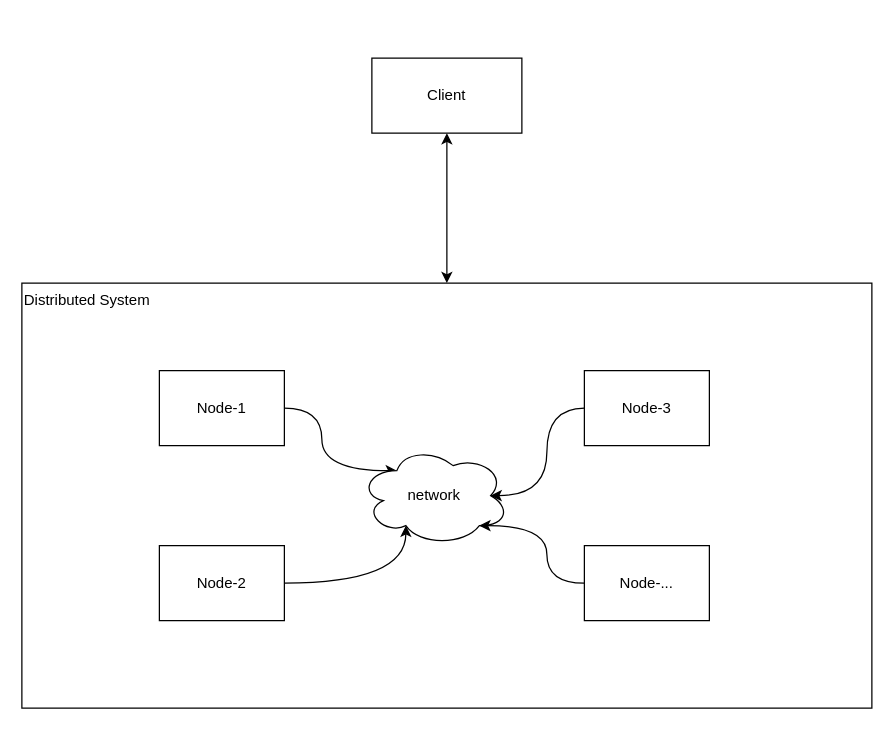
Before: 分布式系统.drawio in catface996/images, a draw.io diagram. Source tidied: cells renumbered, new cells numbered last; positions are measured from the earlier drawing's top-left corner, leaving out a move shared by most shapes. Both pictures are drawn from the tidied source at 125%, with x=0, y=0 at pixel (21, 58).
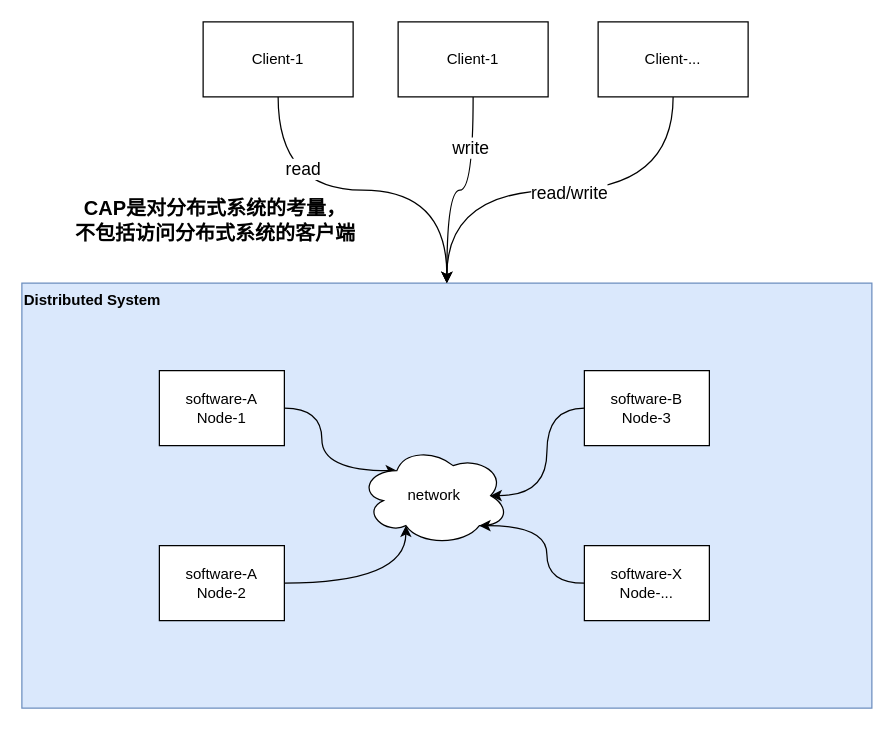
After the change.

Commit message (it also covers changes not shown here):
更新分布式系统.drawio

Change to the diagram source:
```diff
@@
-    <mxCell id="2" value="Distributed System" style="rounded=0;whiteSpace=wrap;html=1;align=left;verticalAlign=top;" parent="1" vertex="1">
+    <mxCell id="2" value="Distributed System" style="rounded=0;whiteSpace=wrap;html=1;align=left;verticalAlign=top;fillColor=#dae8fc;strokeColor=#6c8ebf;fontStyle=1;" parent="1" vertex="1">
       <mxGeometry y="180" width="680" height="340" as="geometry" />
     </mxCell>
-    <mxCell id="3" style="edgeStyle=orthogonalEdgeStyle;curved=1;rounded=0;jettySize=auto;html=1;entryX=0.5;entryY=0;entryDx=0;entryDy=0;startArrow=classic;startFill=1;" parent="1" edge="1" source="4" target="2">
+    <mxCell id="3" style="edgeStyle=orthogonalEdgeStyle;curved=1;rounded=0;jettySize=auto;html=1;entryX=0.5;entryY=0;entryDx=0;entryDy=0;startArrow=none;startFill=0;" parent="1" edge="1" source="4" target="2">
       <mxGeometry relative="1" as="geometry" />
     </mxCell>
+    <mxCell id="14" value="read" style="edgeLabel;html=1;align=center;verticalAlign=middle;fontSize=14;" parent="3" vertex="1">
+      <mxGeometry x="-0.34" y="17" relative="1" as="geometry" />
+    </mxCell>
-    <mxCell id="4" value="Client" style="rounded=0;whiteSpace=wrap;html=1;" parent="1" vertex="1">
-      <mxGeometry x="280" width="120" height="60" as="geometry" />
+    <mxCell id="4" value="Client-1" style="rounded=0;whiteSpace=wrap;html=1;" parent="1" vertex="1">
+      <mxGeometry x="145" y="-29" width="120" height="60" as="geometry" />
     </mxCell>
@@
-    <mxCell id="6" value="Node-1" style="rounded=0;whiteSpace=wrap;html=1;" parent="1" vertex="1">
+    <mxCell id="6" value="software-A&lt;br&gt;Node-1" style="rounded=0;whiteSpace=wrap;html=1;" parent="1" vertex="1">
       <mxGeometry x="110" y="250" width="100" height="60" as="geometry" />
     </mxCell>
@@
-    <mxCell id="8" value="Node-2" style="rounded=0;whiteSpace=wrap;html=1;" parent="1" vertex="1">
+    <mxCell id="8" value="software-A&lt;br&gt;Node-2" style="rounded=0;whiteSpace=wrap;html=1;" parent="1" vertex="1">
       <mxGeometry x="110" y="390" width="100" height="60" as="geometry" />
     </mxCell>
@@
-    <mxCell id="11" value="Node-3" style="rounded=0;whiteSpace=wrap;html=1;" parent="1" vertex="1">
+    <mxCell id="11" value="software-B&lt;br&gt;Node-3" style="rounded=0;whiteSpace=wrap;html=1;" parent="1" vertex="1">
       <mxGeometry x="450" y="250" width="100" height="60" as="geometry" />
     </mxCell>
@@
-    <mxCell id="13" value="Node-..." style="rounded=0;whiteSpace=wrap;html=1;" parent="1" vertex="1">
+    <mxCell id="13" value="software-X&lt;br&gt;Node-..." style="rounded=0;whiteSpace=wrap;html=1;" parent="1" vertex="1">
       <mxGeometry x="450" y="390" width="100" height="60" as="geometry" />
     </mxCell>
+    <mxCell id="15" value="CAP是对分布式系统的考量，&lt;br style=&quot;font-size: 16px;&quot;&gt;不包括访问分布式系统的客户端" style="text;html=1;strokeColor=none;fillColor=none;align=center;verticalAlign=middle;whiteSpace=wrap;rounded=0;fontStyle=1;fontSize=16;" parent="1" vertex="1">
+      <mxGeometry x="30" y="110" width="250" height="40" as="geometry" />
+    </mxCell>
+    <mxCell id="16" style="edgeStyle=orthogonalEdgeStyle;curved=1;rounded=0;jettySize=auto;html=1;entryX=0.5;entryY=0;entryDx=0;entryDy=0;fontSize=16;startArrow=none;startFill=0;" parent="1" edge="1" source="18" target="2">
+      <mxGeometry relative="1" as="geometry" />
+    </mxCell>
+    <mxCell id="17" value="write" style="edgeLabel;html=1;align=center;verticalAlign=middle;fontSize=14;" parent="16" vertex="1">
+      <mxGeometry x="-0.54" y="-3" relative="1" as="geometry">
+        <mxPoint y="1" as="offset" />
+      </mxGeometry>
+    </mxCell>
+    <mxCell id="18" value="Client-1" style="rounded=0;whiteSpace=wrap;html=1;" parent="1" vertex="1">
+      <mxGeometry x="301" y="-29" width="120" height="60" as="geometry" />
+    </mxCell>
+    <mxCell id="19" style="edgeStyle=orthogonalEdgeStyle;curved=1;rounded=0;jettySize=auto;html=1;entryX=0.5;entryY=0;entryDx=0;entryDy=0;fontSize=16;startArrow=none;startFill=0;" parent="1" edge="1" source="21" target="2">
+      <mxGeometry relative="1" as="geometry" />
+    </mxCell>
+    <mxCell id="20" value="read/write" style="edgeLabel;html=1;align=center;verticalAlign=middle;fontSize=14;" parent="19" vertex="1">
+      <mxGeometry x="-0.04" y="2" relative="1" as="geometry" />
+    </mxCell>
+    <mxCell id="21" value="Client-..." style="rounded=0;whiteSpace=wrap;html=1;" parent="1" vertex="1">
+      <mxGeometry x="461" y="-29" width="120" height="60" as="geometry" />
+    </mxCell>
```
